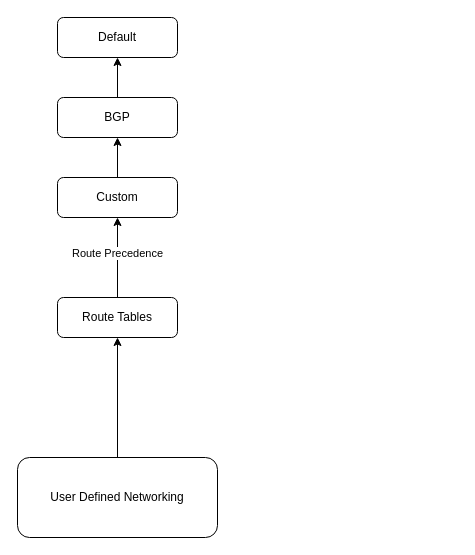
Before: Cloud/Azure/Azure Advance Networking.drawio in FilledVaccum/MindMaps, a draw.io diagram. Source tidied: cells renumbered, new cells numbered last; positions are measured from the earlier drawing's top-left corner, leaving out a move shared by most shapes. Both pictures are drawn from the tidied source at 100%, with x=0, y=0 at pixel (17, 17).
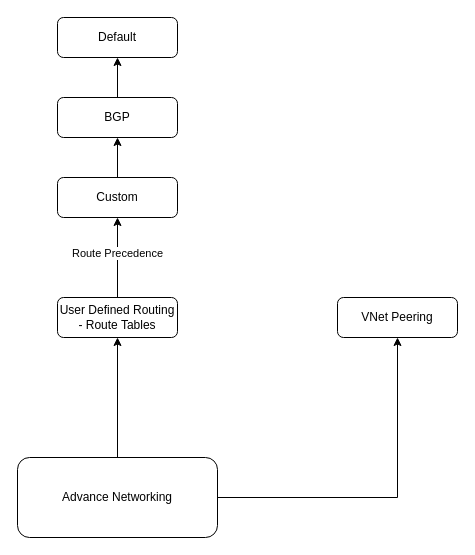
The same diagram, later.

What changed in the source:
```diff
@@
 <mxGraphModel>
   <root>
     <mxCell id="0" />
     <mxCell id="1" parent="0" />
     <mxCell id="2" style="edgeStyle=orthogonalEdgeStyle;rounded=0;jettySize=auto;html=1;" parent="1" edge="1" source="3" target="6">
       <mxGeometry relative="1" as="geometry" />
     </mxCell>
+    <mxCell id="12" style="edgeStyle=orthogonalEdgeStyle;rounded=0;jettySize=auto;html=1;" parent="1" edge="1" source="3" target="13">
+      <mxGeometry relative="1" as="geometry" />
+    </mxCell>
-    <mxCell id="3" value="User Defined Networking" style="rounded=1;whiteSpace=wrap;html=1;" parent="1" vertex="1">
+    <mxCell id="3" value="Advance Networking" style="rounded=1;whiteSpace=wrap;html=1;" parent="1" vertex="1">
       <mxGeometry y="440" width="200" height="80" as="geometry" />
     </mxCell>
     <mxCell id="4" style="edgeStyle=orthogonalEdgeStyle;rounded=0;jettySize=auto;html=1;" parent="1" edge="1" source="6" target="8">
       <mxGeometry relative="1" as="geometry" />
     </mxCell>
     <mxCell id="5" value="Route Precedence" style="edgeLabel;html=1;align=center;verticalAlign=middle;" parent="4" vertex="1">
       <mxGeometry x="0.12" y="1" relative="1" as="geometry" />
     </mxCell>
-    <mxCell id="6" value="Route Tables" style="whiteSpace=wrap;html=1;rounded=1;" parent="1" vertex="1">
+    <mxCell id="6" value="User Defined Routing - Route Tables" style="whiteSpace=wrap;html=1;rounded=1;" parent="1" vertex="1">
       <mxGeometry x="40" y="280" width="120" height="40" as="geometry" />
     </mxCell>
     <mxCell id="7" style="edgeStyle=orthogonalEdgeStyle;rounded=0;jettySize=auto;html=1;" parent="1" edge="1" source="8" target="10">
       <mxGeometry relative="1" as="geometry" />
     </mxCell>
     <mxCell id="8" value="Custom" style="whiteSpace=wrap;html=1;rounded=1;" parent="1" vertex="1">
       <mxGeometry x="40" y="160" width="120" height="40" as="geometry" />
     </mxCell>
     <mxCell id="9" style="edgeStyle=orthogonalEdgeStyle;rounded=0;jettySize=auto;html=1;" parent="1" edge="1" source="10" target="11">
       <mxGeometry relative="1" as="geometry" />
     </mxCell>
     <mxCell id="10" value="BGP" style="whiteSpace=wrap;html=1;rounded=1;" parent="1" vertex="1">
       <mxGeometry x="40" y="80" width="120" height="40" as="geometry" />
     </mxCell>
     <mxCell id="11" value="Default" style="whiteSpace=wrap;html=1;rounded=1;" parent="1" vertex="1">
       <mxGeometry x="40" width="120" height="40" as="geometry" />
     </mxCell>
+    <mxCell id="13" value="VNet Peering" style="whiteSpace=wrap;html=1;rounded=1;" parent="1" vertex="1">
+      <mxGeometry x="320" y="280" width="120" height="40" as="geometry" />
+    </mxCell>
   </root>
 </mxGraphModel>
```
